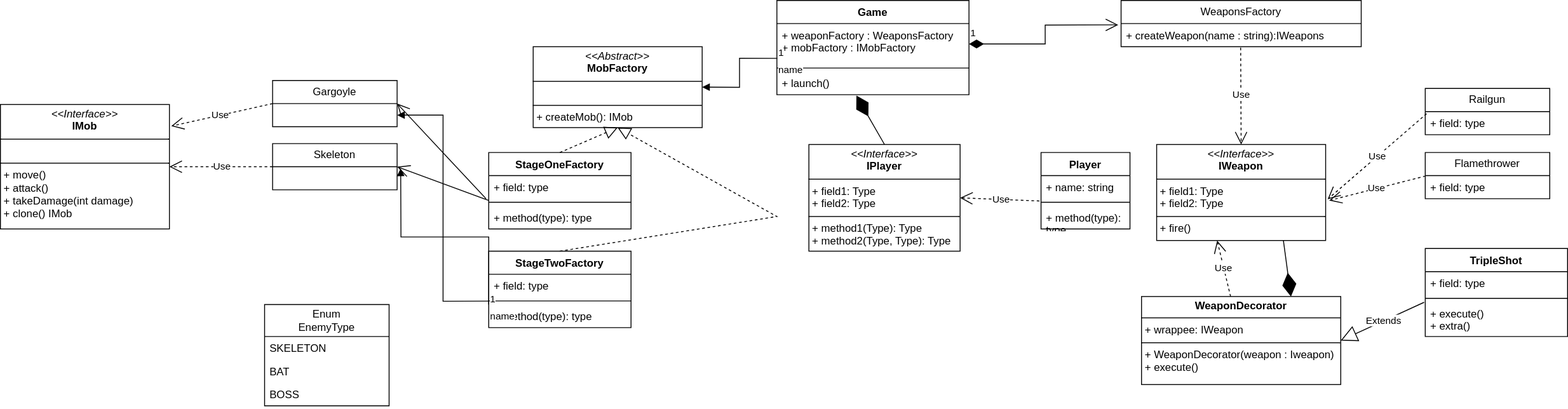
Earlier version of the draw.io export class_diagram.drawio.svg (CNAM-gaming/vampire_survivors). Source tidied: cells renumbered, new cells last; positions are measured from the earlier drawing's top-left corner, leaving out a move shared by most shapes.
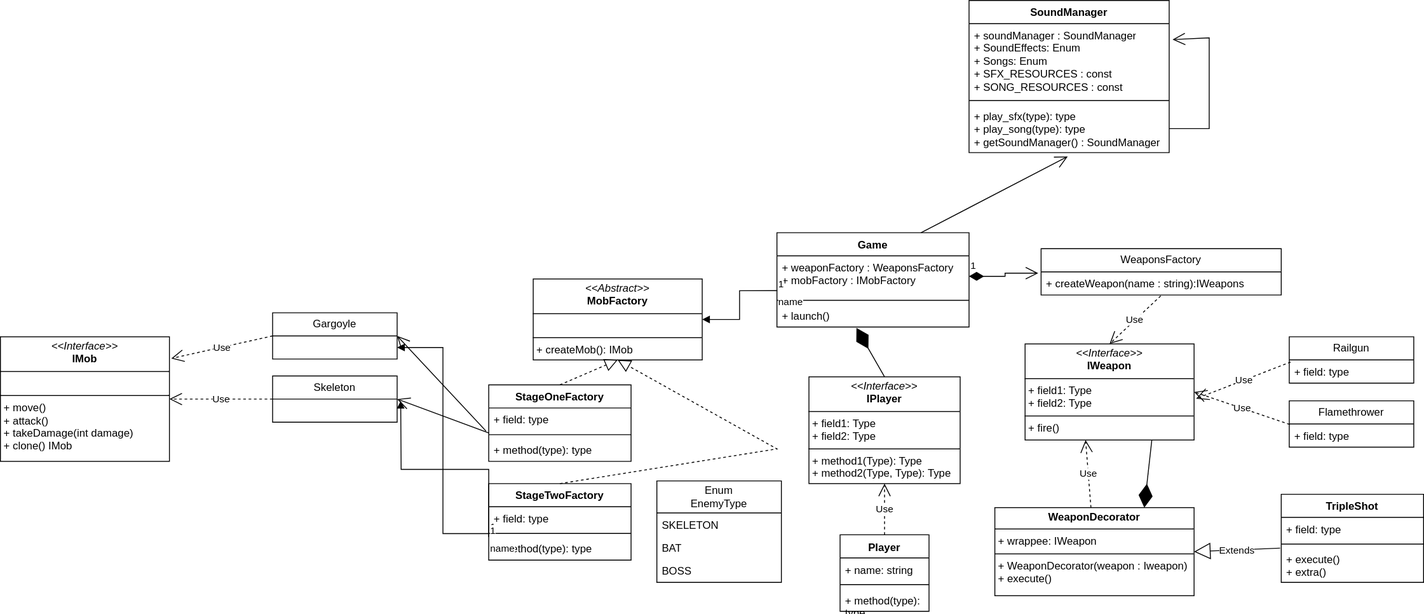
The same diagram one commit later.

Commit message:
Mettre à jour class_diagram.drawio.svg

What changed in the source:
```diff
@@ -3,7 +3,7 @@
     <mxCell id="0" />
     <mxCell id="1" parent="0" />
     <mxCell id="2" value="Player" style="swimlane;fontStyle=1;align=center;verticalAlign=top;horizontal=1;startSize=26;whiteSpace=wrap;html=1;swimlaneFillColor=default;" parent="1" vertex="1">
-      <mxGeometry x="1170" y="171" width="100" height="86" as="geometry" />
+      <mxGeometry x="971" y="780.5" width="100" height="86" as="geometry" />
     </mxCell>
     <mxCell id="3" value="+ name: string" style="text;strokeColor=none;fillColor=none;align=left;verticalAlign=top;spacingLeft=4;spacingRight=4;overflow=hidden;points=[[0,0.5],[1,0.5]];portConstraint=eastwest;whiteSpace=wrap;html=1;" parent="2" vertex="1">
       <mxGeometry y="26" width="100" height="26" as="geometry" />
@@ -15,10 +15,10 @@
       <mxGeometry y="60" width="100" height="26" as="geometry" />
     </mxCell>
     <mxCell id="6" value="&lt;p style=&quot;margin:0px;margin-top:4px;text-align:center;&quot;&gt;&lt;i&gt;&amp;lt;&amp;lt;Interface&amp;gt;&amp;gt;&lt;/i&gt;&lt;br&gt;&lt;b&gt;IPlayer&lt;/b&gt;&lt;/p&gt;&lt;hr size=&quot;1&quot; style=&quot;border-style:solid;&quot;&gt;&lt;p style=&quot;margin:0px;margin-left:4px;&quot;&gt;+ field1: Type&lt;br&gt;+ field2: Type&lt;/p&gt;&lt;hr size=&quot;1&quot; style=&quot;border-style:solid;&quot;&gt;&lt;p style=&quot;margin:0px;margin-left:4px;&quot;&gt;+ method1(Type): Type&lt;br&gt;+ method2(Type, Type): Type&lt;/p&gt;" style="verticalAlign=top;align=left;overflow=fill;html=1;whiteSpace=wrap;" parent="1" vertex="1">
-      <mxGeometry x="909" y="162" width="170" height="120" as="geometry" />
+      <mxGeometry x="936" y="603" width="170" height="120" as="geometry" />
     </mxCell>
     <mxCell id="7" value="&lt;div&gt;&lt;span style=&quot;background-color: initial;&quot;&gt;Game&lt;/span&gt;&lt;br&gt;&lt;/div&gt;" style="swimlane;fontStyle=1;align=center;verticalAlign=top;horizontal=1;startSize=26;whiteSpace=wrap;html=1;" parent="1" vertex="1">
-      <mxGeometry x="873" width="216" height="106" as="geometry" />
+      <mxGeometry x="900" y="441" width="216" height="106" as="geometry" />
     </mxCell>
     <mxCell id="8" value="+ weaponFactory : WeaponsFactory&lt;div&gt;+ mobFactory : IMobFactory&lt;br&gt;&lt;/div&gt;" style="text;strokeColor=none;fillColor=none;align=left;verticalAlign=top;spacingLeft=4;spacingRight=4;overflow=hidden;points=[[0,0.5],[1,0.5]];portConstraint=eastwest;whiteSpace=wrap;html=1;" parent="7" vertex="1">
       <mxGeometry y="26" width="216" height="46" as="geometry" />
@@ -30,13 +30,13 @@
       <mxGeometry y="80" width="216" height="26" as="geometry" />
     </mxCell>
     <mxCell id="11" value="WeaponsFactory" style="swimlane;fontStyle=0;horizontal=1;startSize=26;fillColor=none;whiteSpace=wrap;html=1;" parent="1" vertex="1">
-      <mxGeometry x="1260" width="270" height="52" as="geometry" />
+      <mxGeometry x="1197" y="459" width="270" height="52" as="geometry" />
     </mxCell>
     <mxCell id="12" value="+ createWeapon(name : string):IWeapons" style="text;strokeColor=none;fillColor=none;align=left;verticalAlign=top;spacingLeft=4;spacingRight=4;overflow=hidden;points=[[0,0.5],[1,0.5]];portConstraint=eastwest;whiteSpace=wrap;html=1;" parent="11" vertex="1">
       <mxGeometry y="26" width="270" height="26" as="geometry" />
     </mxCell>
     <mxCell id="13" value="&lt;p style=&quot;margin:0px;margin-top:4px;text-align:center;&quot;&gt;&lt;i&gt;&amp;lt;&amp;lt;Interface&amp;gt;&amp;gt;&lt;/i&gt;&lt;br&gt;&lt;b&gt;IWeapon&lt;/b&gt;&lt;/p&gt;&lt;hr size=&quot;1&quot; style=&quot;border-style:solid;&quot;&gt;&lt;p style=&quot;margin:0px;margin-left:4px;&quot;&gt;+ field1: Type&lt;br&gt;+ field2: Type&lt;/p&gt;&lt;hr size=&quot;1&quot; style=&quot;border-style:solid;&quot;&gt;&lt;p style=&quot;margin:0px;margin-left:4px;&quot;&gt;+ fire()&lt;br&gt;&lt;/p&gt;" style="verticalAlign=top;align=left;overflow=fill;html=1;whiteSpace=wrap;" parent="1" vertex="1">
-      <mxGeometry x="1300" y="162" width="190" height="108" as="geometry" />
+      <mxGeometry x="1179" y="566" width="190" height="108" as="geometry" />
     </mxCell>
     <mxCell id="14" value="1" style="endArrow=open;html=1;endSize=12;startArrow=diamondThin;startSize=14;startFill=1;edgeStyle=orthogonalEdgeStyle;align=left;verticalAlign=bottom;rounded=0;entryX=-0.012;entryY=0.056;entryDx=0;entryDy=0;entryPerimeter=0;exitX=1;exitY=0.5;exitDx=0;exitDy=0;" parent="1" edge="1" source="8" target="12">
       <mxGeometry x="-1" y="3" relative="1" as="geometry" />
@@ -44,17 +44,17 @@
     <mxCell id="15" value="Use" style="endArrow=open;endSize=12;dashed=1;html=1;rounded=0;exitX=0.498;exitY=1.04;exitDx=0;exitDy=0;exitPerimeter=0;entryX=0.5;entryY=0;entryDx=0;entryDy=0;" parent="1" edge="1" source="12" target="13">
       <mxGeometry relative="1" as="geometry" />
     </mxCell>
-    <mxCell id="16" value="Use" style="endArrow=open;endSize=12;dashed=1;html=1;rounded=0;entryX=1;entryY=0.5;entryDx=0;entryDy=0;exitX=-0.018;exitY=1.097;exitDx=0;exitDy=0;exitPerimeter=0;" parent="1" edge="1" source="3" target="6">
+    <mxCell id="16" value="Use" style="endArrow=open;endSize=12;dashed=1;html=1;rounded=0;entryX=0.5;entryY=1;entryDx=0;entryDy=0;exitX=0.5;exitY=0;exitDx=0;exitDy=0;" parent="1" edge="1" source="2" target="6">
       <mxGeometry relative="1" as="geometry" />
     </mxCell>
     <mxCell id="17" value="Railgun" style="swimlane;fontStyle=0;horizontal=1;startSize=26;fillColor=none;whiteSpace=wrap;html=1;" parent="1" vertex="1">
-      <mxGeometry x="1602" y="99" width="140" height="52" as="geometry" />
+      <mxGeometry x="1476" y="558" width="140" height="52" as="geometry" />
     </mxCell>
     <mxCell id="18" value="+ field: type" style="text;strokeColor=none;fillColor=none;align=left;verticalAlign=top;spacingLeft=4;spacingRight=4;overflow=hidden;points=[[0,0.5],[1,0.5]];portConstraint=eastwest;whiteSpace=wrap;html=1;" parent="17" vertex="1">
       <mxGeometry y="26" width="140" height="26" as="geometry" />
     </mxCell>
     <mxCell id="19" value="Flamethrower" style="swimlane;fontStyle=0;horizontal=1;startSize=26;fillColor=none;whiteSpace=wrap;html=1;" parent="1" vertex="1">
-      <mxGeometry x="1602" y="171" width="140" height="52" as="geometry" />
+      <mxGeometry x="1476" y="630" width="140" height="52" as="geometry" />
     </mxCell>
     <mxCell id="20" value="+ field: type" style="text;strokeColor=none;fillColor=none;align=left;verticalAlign=top;spacingLeft=4;spacingRight=4;overflow=hidden;points=[[0,0.5],[1,0.5]];portConstraint=eastwest;whiteSpace=wrap;html=1;" parent="19" vertex="1">
       <mxGeometry y="26" width="140" height="26" as="geometry" />
@@ -63,10 +63,10 @@
       <mxGeometry relative="1" as="geometry" />
     </mxCell>
     <mxCell id="22" value="&lt;p style=&quot;margin:0px;margin-top:4px;text-align:center;&quot;&gt;&lt;b&gt;WeaponDecorator&lt;/b&gt;&lt;/p&gt;&lt;hr size=&quot;1&quot; style=&quot;border-style:solid;&quot;&gt;&lt;p style=&quot;margin:0px;margin-left:4px;&quot;&gt;+ wrappee: IWeapon&lt;/p&gt;&lt;hr size=&quot;1&quot; style=&quot;border-style:solid;&quot;&gt;&lt;p style=&quot;margin:0px;margin-left:4px;&quot;&gt;+ WeaponDecorator(weapon : Iweapon)&lt;br&gt;&lt;/p&gt;&lt;p style=&quot;margin:0px;margin-left:4px;&quot;&gt;+ execute()&lt;br&gt;&lt;/p&gt;" style="verticalAlign=top;align=left;overflow=fill;html=1;whiteSpace=wrap;" parent="1" vertex="1">
-      <mxGeometry x="1283" y="333" width="224" height="99" as="geometry" />
+      <mxGeometry x="1145" y="750" width="224" height="99" as="geometry" />
     </mxCell>
     <mxCell id="23" value="TripleShot" style="swimlane;fontStyle=1;align=center;verticalAlign=top;horizontal=1;startSize=26;whiteSpace=wrap;html=1;" parent="1" vertex="1">
-      <mxGeometry x="1602" y="279" width="160" height="99" as="geometry" />
+      <mxGeometry x="1467" y="735" width="160" height="99" as="geometry" />
     </mxCell>
     <mxCell id="24" value="+ field: type" style="text;strokeColor=none;fillColor=none;align=left;verticalAlign=top;spacingLeft=4;spacingRight=4;overflow=hidden;whiteSpace=wrap;html=1;" parent="23" vertex="1">
       <mxGeometry y="26" width="160" height="26" as="geometry" />
@@ -80,10 +80,8 @@
     <mxCell id="27" value="Use" style="endArrow=open;endSize=12;dashed=1;html=1;rounded=0;exitX=0.011;exitY=0.09;exitDx=0;exitDy=0;exitPerimeter=0;entryX=1.012;entryY=0.57;entryDx=0;entryDy=0;entryPerimeter=0;" parent="1" edge="1" source="18" target="13">
       <mxGeometry relative="1" as="geometry" />
     </mxCell>
-    <mxCell id="28" value="Use" style="endArrow=open;endSize=12;dashed=1;html=1;rounded=0;exitX=0.003;exitY=0.018;exitDx=0;exitDy=0;exitPerimeter=0;" parent="1" edge="1" source="20">
-      <mxGeometry relative="1" as="geometry">
-        <mxPoint x="1494" y="225" as="targetPoint" />
-      </mxGeometry>
+    <mxCell id="28" value="Use" style="endArrow=open;endSize=12;dashed=1;html=1;rounded=0;exitX=0.003;exitY=0.018;exitDx=0;exitDy=0;exitPerimeter=0;entryX=1;entryY=0.5;entryDx=0;entryDy=0;" parent="1" edge="1" source="20" target="13">
+      <mxGeometry relative="1" as="geometry" />
     </mxCell>
     <mxCell id="29" value="Extends" style="endArrow=block;endSize=16;endFill=0;html=1;rounded=0;exitX=-0.008;exitY=0.013;exitDx=0;exitDy=0;exitPerimeter=0;entryX=1;entryY=0.5;entryDx=0;entryDy=0;" parent="1" edge="1" source="26" target="22">
       <mxGeometry relative="1" as="geometry" />
@@ -95,7 +93,7 @@
       <mxGeometry relative="1" as="geometry" />
     </mxCell>
     <mxCell id="32" value="&lt;p style=&quot;margin:0px;margin-top:4px;text-align:center;&quot;&gt;&lt;i&gt;&amp;lt;&amp;lt;Abstract&amp;gt;&amp;gt;&lt;/i&gt;&lt;br&gt;&lt;b&gt;MobFactory&lt;/b&gt;&lt;/p&gt;&lt;hr size=&quot;1&quot; style=&quot;border-style:solid;&quot;&gt;&lt;p style=&quot;margin:0px;margin-left:4px;&quot;&gt;&lt;br&gt;&lt;/p&gt;&lt;hr size=&quot;1&quot; style=&quot;border-style:solid;&quot;&gt;&lt;p style=&quot;margin:0px;margin-left:4px;&quot;&gt;+ createMob(): IMob&lt;/p&gt;" style="verticalAlign=top;align=left;overflow=fill;html=1;whiteSpace=wrap;" parent="1" vertex="1">
-      <mxGeometry x="599" y="52" width="190" height="91" as="geometry" />
+      <mxGeometry x="626" y="493" width="190" height="91" as="geometry" />
     </mxCell>
     <mxCell id="33" value="name" style="endArrow=block;endFill=1;html=1;edgeStyle=orthogonalEdgeStyle;align=left;verticalAlign=top;rounded=0;entryX=1;entryY=0.5;entryDx=0;entryDy=0;exitX=0.002;exitY=0.85;exitDx=0;exitDy=0;exitPerimeter=0;" parent="1" edge="1" source="8" target="32">
       <mxGeometry x="-1" relative="1" as="geometry" />
@@ -104,13 +102,13 @@
       <mxGeometry x="-1" relative="1" as="geometry" />
     </mxCell>
     <mxCell id="35" value="Skeleton" style="swimlane;fontStyle=0;horizontal=1;startSize=26;fillColor=none;whiteSpace=wrap;html=1;" parent="1" vertex="1">
-      <mxGeometry x="306" y="161" width="140" height="52" as="geometry" />
+      <mxGeometry x="333" y="602" width="140" height="52" as="geometry" />
     </mxCell>
     <mxCell id="36" value="&lt;p style=&quot;margin:0px;margin-top:4px;text-align:center;&quot;&gt;&lt;i&gt;&amp;lt;&amp;lt;Interface&amp;gt;&amp;gt;&lt;/i&gt;&lt;br&gt;&lt;b&gt;IMob&lt;/b&gt;&lt;/p&gt;&lt;hr size=&quot;1&quot; style=&quot;border-style:solid;&quot;&gt;&lt;p style=&quot;margin:0px;margin-left:4px;&quot;&gt;&lt;br&gt;&lt;/p&gt;&lt;hr size=&quot;1&quot; style=&quot;border-style:solid;&quot;&gt;&lt;p style=&quot;margin:0px;margin-left:4px;&quot;&gt;+ move()&lt;br&gt;+ attack()&lt;/p&gt;&lt;p style=&quot;margin:0px;margin-left:4px;&quot;&gt;+ takeDamage(int damage)&lt;/p&gt;&lt;p style=&quot;margin:0px;margin-left:4px;&quot;&gt;+ clone() IMob&lt;/p&gt;" style="verticalAlign=top;align=left;overflow=fill;html=1;whiteSpace=wrap;" parent="1" vertex="1">
-      <mxGeometry y="117" width="190" height="140" as="geometry" />
+      <mxGeometry x="27" y="558" width="190" height="140" as="geometry" />
     </mxCell>
     <mxCell id="37" value="Gargoyle" style="swimlane;fontStyle=0;horizontal=1;startSize=26;fillColor=none;whiteSpace=wrap;html=1;" parent="1" vertex="1">
-      <mxGeometry x="306" y="90" width="140" height="52" as="geometry" />
+      <mxGeometry x="333" y="531" width="140" height="52" as="geometry" />
     </mxCell>
     <mxCell id="38" value="Use" style="endArrow=open;endSize=12;dashed=1;html=1;rounded=0;exitX=0;exitY=0.5;exitDx=0;exitDy=0;" parent="1" edge="1" source="35" target="36">
       <mxGeometry relative="1" as="geometry" />
@@ -119,7 +117,7 @@
       <mxGeometry relative="1" as="geometry" />
     </mxCell>
     <mxCell id="40" value="StageOneFactory" style="swimlane;fontStyle=1;align=center;verticalAlign=top;horizontal=1;startSize=26;whiteSpace=wrap;html=1;" parent="1" vertex="1">
-      <mxGeometry x="549" y="171" width="160" height="86" as="geometry" />
+      <mxGeometry x="576" y="612" width="160" height="86" as="geometry" />
     </mxCell>
     <mxCell id="41" value="+ field: type" style="text;strokeColor=none;fillColor=none;align=left;verticalAlign=top;spacingLeft=4;spacingRight=4;overflow=hidden;points=[[0,0.5],[1,0.5]];portConstraint=eastwest;whiteSpace=wrap;html=1;" parent="40" vertex="1">
       <mxGeometry y="26" width="160" height="26" as="geometry" />
@@ -131,7 +129,7 @@
       <mxGeometry y="60" width="160" height="26" as="geometry" />
     </mxCell>
     <mxCell id="44" value="StageTwoFactory" style="swimlane;fontStyle=1;align=center;verticalAlign=top;horizontal=1;startSize=26;whiteSpace=wrap;html=1;" parent="1" vertex="1">
-      <mxGeometry x="549" y="282" width="160" height="86" as="geometry" />
+      <mxGeometry x="576" y="723" width="160" height="86" as="geometry" />
     </mxCell>
     <mxCell id="45" value="+ field: type" style="text;strokeColor=none;fillColor=none;align=left;verticalAlign=top;spacingLeft=4;spacingRight=4;overflow=hidden;points=[[0,0.5],[1,0.5]];portConstraint=eastwest;whiteSpace=wrap;html=1;" parent="44" vertex="1">
       <mxGeometry y="26" width="160" height="26" as="geometry" />
@@ -148,7 +146,7 @@
     <mxCell id="49" style="endArrow=block;dashed=1;endFill=0;endSize=12;html=1;rounded=0;entryX=0.5;entryY=1;entryDx=0;entryDy=0;exitX=0.5;exitY=0;exitDx=0;exitDy=0;" parent="1" edge="1" source="44" target="32">
       <mxGeometry relative="1" as="geometry">
         <Array as="points">
-          <mxPoint x="873" y="243" />
+          <mxPoint x="900" y="684" />
         </Array>
       </mxGeometry>
     </mxCell>
@@ -156,7 +154,7 @@
       <mxGeometry relative="1" as="geometry" />
     </mxCell>
     <mxCell id="51" value="Enum&lt;br&gt;EnemyType" style="swimlane;fontStyle=0;horizontal=1;startSize=36;fillColor=none;whiteSpace=wrap;html=1;" parent="1" vertex="1">
-      <mxGeometry x="297" y="342" width="140" height="114" as="geometry" />
+      <mxGeometry x="765" y="720" width="140" height="114" as="geometry" />
     </mxCell>
     <mxCell id="52" value="SKELETON" style="text;strokeColor=none;fillColor=none;align=left;verticalAlign=top;spacingLeft=4;spacingRight=4;overflow=hidden;whiteSpace=wrap;html=1;" parent="51" vertex="1">
       <mxGeometry y="36" width="140" height="26" as="geometry" />
@@ -169,7 +167,7 @@
     </mxCell>
     <mxCell id="55" style="endArrow=open;endFill=1;endSize=12;html=1;rounded=0;entryX=1;entryY=0.5;entryDx=0;entryDy=0;" parent="1" edge="1" target="35">
       <mxGeometry relative="1" as="geometry">
-        <mxPoint x="549" y="225" as="sourcePoint" />
+        <mxPoint x="576" y="666" as="sourcePoint" />
       </mxGeometry>
     </mxCell>
     <mxCell id="56" value="name" style="endArrow=block;endFill=1;html=1;edgeStyle=orthogonalEdgeStyle;align=left;verticalAlign=top;rounded=0;entryX=1;entryY=0.75;entryDx=0;entryDy=0;exitX=-0.001;exitY=1.161;exitDx=0;exitDy=0;exitPerimeter=0;" parent="1" edge="1" source="45" target="37">
@@ -180,11 +178,34 @@
     </mxCell>
     <mxCell id="58" value="name" style="endArrow=block;endFill=1;html=1;edgeStyle=orthogonalEdgeStyle;align=left;verticalAlign=top;rounded=0;exitX=0;exitY=0;exitDx=0;exitDy=0;exitPerimeter=0;" parent="1" edge="1" source="47">
       <mxGeometry x="-1" relative="1" as="geometry">
-        <mxPoint x="450" y="189" as="targetPoint" />
+        <mxPoint x="477" y="630" as="targetPoint" />
       </mxGeometry>
     </mxCell>
     <mxCell id="59" value="1" style="edgeLabel;html=1;align=left;verticalAlign=bottom;" parent="58" vertex="1">
       <mxGeometry x="-1" relative="1" as="geometry" />
     </mxCell>
+    <mxCell id="60" value="SoundManager&lt;div&gt;&lt;br&gt;&lt;/div&gt;" style="swimlane;fontStyle=1;align=center;verticalAlign=top;horizontal=1;startSize=26;whiteSpace=wrap;html=1;" parent="1" vertex="1">
+      <mxGeometry x="1116" y="180" width="225" height="171" as="geometry" />
+    </mxCell>
+    <mxCell id="61" value="&lt;div&gt;+ soundManager : SoundManager&lt;/div&gt;+ SoundEffects: Enum&lt;div&gt;+ Songs: Enum&lt;br&gt;&lt;/div&gt;&lt;div&gt;+ SFX_RESOURCES : const&amp;nbsp;&lt;br&gt;+ SONG_RESOURCES : const&lt;/div&gt;&lt;div&gt;&lt;br&gt;&lt;/div&gt;" style="text;strokeColor=none;fillColor=none;align=left;verticalAlign=top;spacingLeft=4;spacingRight=4;overflow=hidden;points=[[0,0.5],[1,0.5]];portConstraint=eastwest;whiteSpace=wrap;html=1;" parent="60" vertex="1">
+      <mxGeometry y="26" width="225" height="82" as="geometry" />
+    </mxCell>
+    <mxCell id="62" style="line;strokeWidth=1;fillColor=none;align=left;verticalAlign=middle;spacingTop=-1;spacingLeft=3;spacingRight=3;labelPosition=right;strokeColor=inherit;" parent="60" vertex="1">
+      <mxGeometry y="108" width="225" height="9" as="geometry" />
+    </mxCell>
+    <mxCell id="63" value="+ play_sfx(type): type&lt;div&gt;+ play_song(type): type&lt;br&gt;&lt;/div&gt;&lt;div&gt;+ getSoundManager() : SoundManager&lt;/div&gt;" style="text;strokeColor=none;fillColor=none;align=left;verticalAlign=top;spacingLeft=4;spacingRight=4;overflow=hidden;points=[[0,0.5],[1,0.5]];portConstraint=eastwest;whiteSpace=wrap;html=1;" parent="60" vertex="1">
+      <mxGeometry y="117" width="225" height="54" as="geometry" />
+    </mxCell>
+    <mxCell id="64" style="endArrow=open;endFill=1;endSize=12;html=1;rounded=0;exitX=1;exitY=0.5;exitDx=0;exitDy=0;entryX=1.017;entryY=0.219;entryDx=0;entryDy=0;entryPerimeter=0;" parent="60" edge="1" source="63" target="61">
+      <mxGeometry relative="1" as="geometry">
+        <Array as="points">
+          <mxPoint x="270" y="144" />
+          <mxPoint x="270" y="42" />
+        </Array>
+      </mxGeometry>
+    </mxCell>
+    <mxCell id="65" style="endArrow=open;endFill=1;endSize=12;html=1;rounded=0;exitX=0.75;exitY=0;exitDx=0;exitDy=0;entryX=0.493;entryY=1.08;entryDx=0;entryDy=0;entryPerimeter=0;" parent="1" edge="1" source="7" target="63">
+      <mxGeometry relative="1" as="geometry" />
+    </mxCell>
   </root>
 </mxGraphModel>
```
